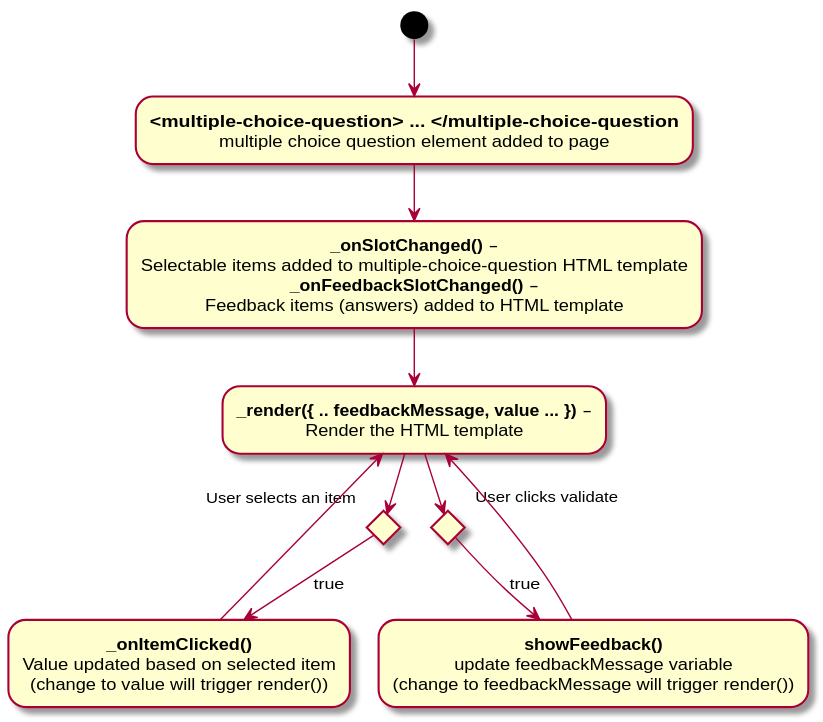
lulzzz/mtl-assessment-components keeps this PlantUML diagram as packages/multiple-choice/UML/multiple-choice-question-process-diagram.svg. Above is the earlier version. Source of this version:
```plantuml
@startuml multiple-choice-question-process-diagram

(*) --> "<b><multiple-choice-question> ... </multiple-choice-question</b>
        multiple choice question element added to page
        "

    --> "<b>_onSlotChanged()</b> -
         Selectable items added to multiple-choice-question HTML template
         <b>_onFeedbackSlotChanged()</b> -
         Feedback items (answers) added to HTML template
         " as init

    -->  "<b>_render({ .. feedbackMessage, value ... })</b> -
         Render the HTML template
         " as render

if "User selects an item" then
  -->[true] "<b>_onItemClicked()</b>
             Value updated based on selected item
             (change to value will trigger render())"
    --> render
endif

if "User clicks validate" then
  -->[true] "<b>showFeedback()</b>
    update feedbackMessage variable
    (change to feedbackMessage will trigger render())"
    --> render
endif

@enduml
```
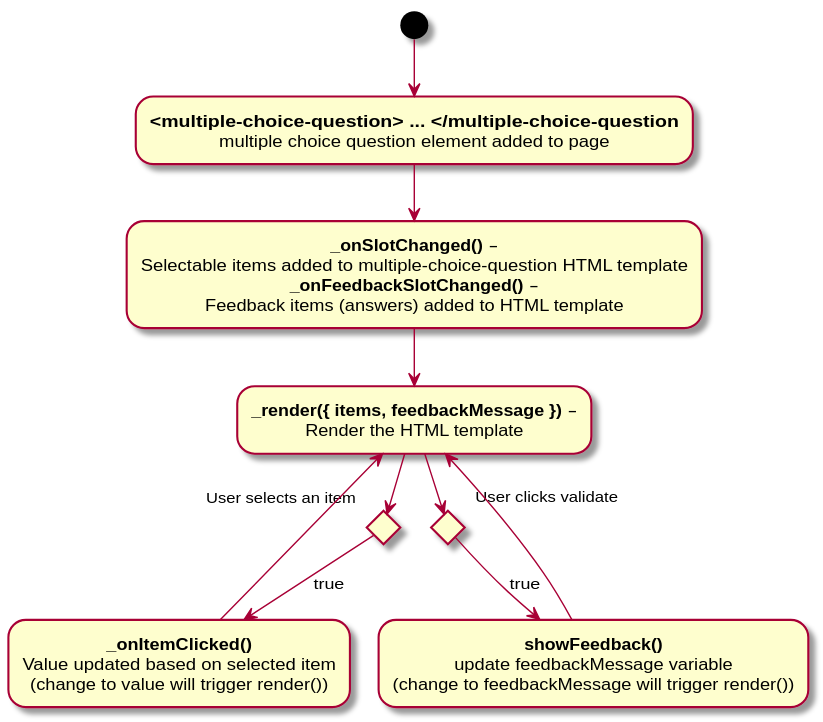
After the commit.

Commit message:
updated multiple choice question uml

Diff of the diagram source:
```diff
@@ -10,7 +10,7 @@
          Feedback items (answers) added to HTML template
          " as init
 
-    -->  "<b>_render({ .. feedbackMessage, value ... })</b> -
+    -->  "<b>_render({ items, feedbackMessage })</b> -
          Render the HTML template
          " as render
 
```
